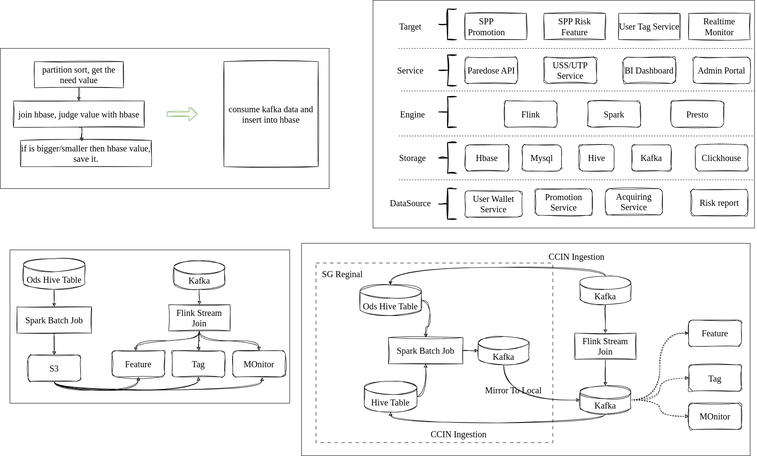
Before: 答辩准备1.drawio.svg, a diagram exported from draw.io (LadyTao/flink-learning). Source tidied: cells renumbered, new cells last; positions are measured from the earlier drawing's top-left corner, leaving out a move shared by most shapes.
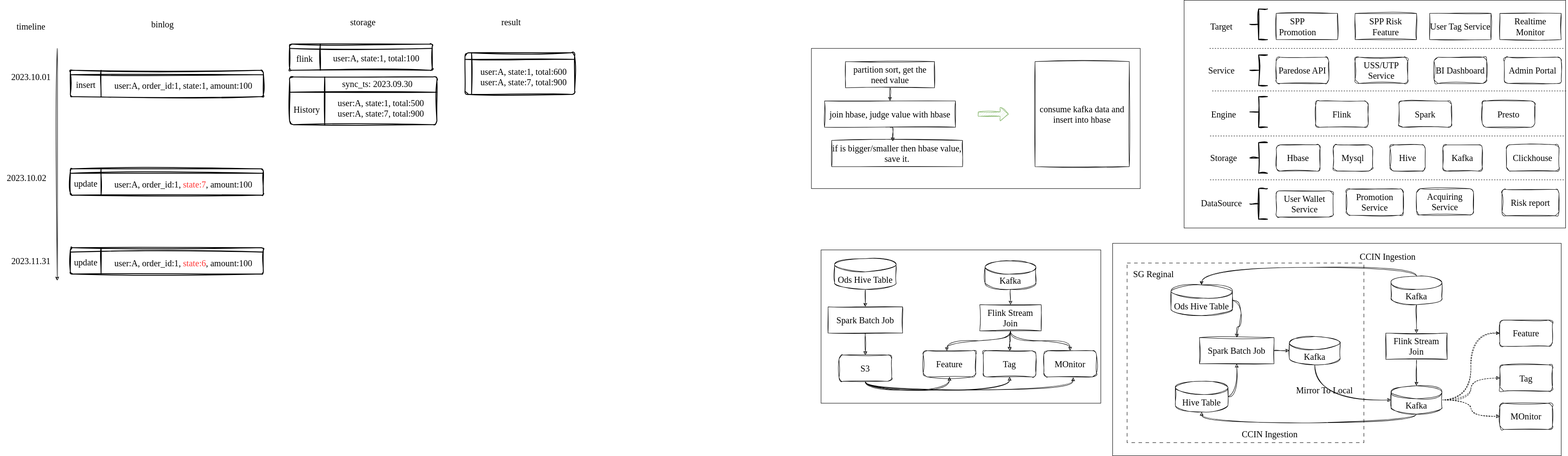
After the change.

Commit message:
更新答辩准备1.drawio.svg

Change to the diagram source:
```diff
@@ -299,5 +299,104 @@
         <mxPoint x="450" y="150" as="targetPoint" />
       </mxGeometry>
     </mxCell>
+    <mxCell id="96" style="group;" parent="1" vertex="1">
+      <mxGeometry x="-1690" y="160" width="460" height="60" as="geometry" />
+    </mxCell>
+    <mxCell id="97" style="shape=internalStorage;whiteSpace=wrap;html=1;dx=70;dy=10;rounded=1;arcSize=8;strokeWidth=2;sketch=1;hachureGap=4;jiggle=2;curveFitting=1;fontFamily=Architects Daughter;fontSource=https%3A%2F%2Ffonts.googleapis.com%2Fcss%3Ffamily%3DArchitects%2BDaughter;fontSize=20;" parent="96" vertex="1">
+      <mxGeometry width="440" height="60" as="geometry" />
+    </mxCell>
+    <mxCell id="98" value="&lt;font face=&quot;Tahoma&quot;&gt;insert&lt;/font&gt;" style="text;html=1;align=center;verticalAlign=middle;strokeColor=none;fillColor=none;fontSize=20;fontFamily=Architects Daughter;" parent="96" vertex="1">
+      <mxGeometry y="12.5" width="70" height="40" as="geometry" />
+    </mxCell>
+    <mxCell id="99" value="&lt;font face=&quot;Tahoma&quot;&gt;user:A, order_id:1, state:1, amount:100&amp;nbsp;&lt;/font&gt;" style="text;html=1;align=center;verticalAlign=middle;strokeColor=none;fillColor=none;fontSize=20;fontFamily=Architects Daughter;" parent="96" vertex="1">
+      <mxGeometry x="70" y="15" width="380" height="40" as="geometry" />
+    </mxCell>
+    <mxCell id="100" style="group;" parent="1" vertex="1">
+      <mxGeometry x="-1690" y="385" width="460" height="60" as="geometry" />
+    </mxCell>
+    <mxCell id="101" style="shape=internalStorage;whiteSpace=wrap;html=1;dx=70;dy=10;rounded=1;arcSize=8;strokeWidth=2;sketch=1;hachureGap=4;jiggle=2;curveFitting=1;fontFamily=Architects Daughter;fontSource=https%3A%2F%2Ffonts.googleapis.com%2Fcss%3Ffamily%3DArchitects%2BDaughter;fontSize=20;" parent="100" vertex="1">
+      <mxGeometry width="440" height="60" as="geometry" />
+    </mxCell>
+    <mxCell id="102" value="&lt;font face=&quot;Tahoma&quot;&gt;update&lt;/font&gt;" style="text;html=1;align=center;verticalAlign=middle;strokeColor=none;fillColor=none;fontSize=20;fontFamily=Architects Daughter;" parent="100" vertex="1">
+      <mxGeometry x="-5" y="12.5" width="80" height="40" as="geometry" />
+    </mxCell>
+    <mxCell id="103" value="&lt;font face=&quot;Tahoma&quot;&gt;user:A, order_id:1, &lt;font color=&quot;#ff3333&quot;&gt;state:7&lt;/font&gt;, amount:100&amp;nbsp;&lt;/font&gt;" style="text;html=1;align=center;verticalAlign=middle;strokeColor=none;fillColor=none;fontSize=20;fontFamily=Architects Daughter;" parent="100" vertex="1">
+      <mxGeometry x="70" y="15" width="380" height="40" as="geometry" />
+    </mxCell>
+    <mxCell id="104" style="group;" parent="1" vertex="1">
+      <mxGeometry x="-1690" y="565" width="460" height="60" as="geometry" />
+    </mxCell>
+    <mxCell id="105" style="shape=internalStorage;whiteSpace=wrap;html=1;dx=70;dy=10;rounded=1;arcSize=8;strokeWidth=2;sketch=1;hachureGap=4;jiggle=2;curveFitting=1;fontFamily=Architects Daughter;fontSource=https%3A%2F%2Ffonts.googleapis.com%2Fcss%3Ffamily%3DArchitects%2BDaughter;fontSize=20;" parent="104" vertex="1">
+      <mxGeometry width="440" height="60" as="geometry" />
+    </mxCell>
+    <mxCell id="106" value="&lt;font face=&quot;Tahoma&quot;&gt;update&lt;/font&gt;" style="text;html=1;align=center;verticalAlign=middle;strokeColor=none;fillColor=none;fontSize=20;fontFamily=Architects Daughter;" parent="104" vertex="1">
+      <mxGeometry x="-5" y="12.5" width="80" height="40" as="geometry" />
+    </mxCell>
+    <mxCell id="107" value="&lt;font face=&quot;Tahoma&quot;&gt;user:A, order_id:1, &lt;font color=&quot;#ff3333&quot;&gt;state:6&lt;/font&gt;, amount:100&amp;nbsp;&lt;/font&gt;" style="text;html=1;align=center;verticalAlign=middle;strokeColor=none;fillColor=none;fontSize=20;fontFamily=Architects Daughter;" parent="104" vertex="1">
+      <mxGeometry x="70" y="15" width="380" height="40" as="geometry" />
+    </mxCell>
+    <mxCell id="108" value="&lt;font face=&quot;Tahoma&quot;&gt;timeline&lt;/font&gt;" style="text;html=1;align=center;verticalAlign=middle;strokeColor=none;fillColor=none;fontSize=20;fontFamily=Architects Daughter;" parent="1" vertex="1">
+      <mxGeometry x="-1825" y="40" width="90" height="40" as="geometry" />
+    </mxCell>
+    <mxCell id="109" style="endArrow=classic;html=1;rounded=0;hachureGap=4;fontFamily=Architects Daughter;fontSource=https%3A%2F%2Ffonts.googleapis.com%2Fcss%3Ffamily%3DArchitects%2BDaughter;fontSize=16;sketch=1;curveFitting=1;jiggle=2;shadow=1;" parent="1" edge="1">
+      <mxGeometry relative="1" as="geometry">
+        <mxPoint x="-1720" y="110" as="sourcePoint" />
+        <mxPoint x="-1720" y="640" as="targetPoint" />
+      </mxGeometry>
+    </mxCell>
+    <mxCell id="110" value="&lt;font face=&quot;Tahoma&quot;&gt;2023.10.01&lt;/font&gt;" style="text;html=1;align=center;verticalAlign=middle;strokeColor=none;fillColor=none;fontSize=20;fontFamily=Architects Daughter;" parent="1" vertex="1">
+      <mxGeometry x="-1840" y="155" width="120" height="40" as="geometry" />
+    </mxCell>
+    <mxCell id="111" value="&lt;font face=&quot;Tahoma&quot;&gt;2023.10.02&lt;/font&gt;" style="text;html=1;align=center;verticalAlign=middle;strokeColor=none;fillColor=none;fontSize=20;fontFamily=Architects Daughter;" parent="1" vertex="1">
+      <mxGeometry x="-1850" y="385" width="120" height="40" as="geometry" />
+    </mxCell>
+    <mxCell id="112" value="&lt;font face=&quot;Tahoma&quot;&gt;2023.11.31&lt;/font&gt;" style="text;html=1;align=center;verticalAlign=middle;strokeColor=none;fillColor=none;fontSize=20;fontFamily=Architects Daughter;" parent="1" vertex="1">
+      <mxGeometry x="-1840" y="575" width="120" height="40" as="geometry" />
+    </mxCell>
+    <mxCell id="113" style="group;" parent="1" vertex="1">
+      <mxGeometry x="-1190" y="175" width="340" height="115" as="geometry" />
+    </mxCell>
+    <mxCell id="114" style="shape=internalStorage;whiteSpace=wrap;html=1;dx=80;dy=35;rounded=1;arcSize=8;strokeWidth=2;sketch=1;hachureGap=4;jiggle=2;curveFitting=1;fontFamily=Architects Daughter;fontSource=https%3A%2F%2Ffonts.googleapis.com%2Fcss%3Ffamily%3DArchitects%2BDaughter;fontSize=20;" parent="113" vertex="1">
+      <mxGeometry width="335.9" height="109.2" as="geometry" />
+    </mxCell>
+    <mxCell id="115" value="&lt;font face=&quot;Tahoma&quot;&gt;sync_ts: 2023.09.30&lt;/font&gt;" style="text;html=1;align=center;verticalAlign=middle;strokeColor=none;fillColor=none;fontSize=20;fontFamily=Architects Daughter;" parent="113" vertex="1">
+      <mxGeometry x="100.2" y="-4" width="200" height="40" as="geometry" />
+    </mxCell>
+    <mxCell id="116" value="&lt;font face=&quot;Tahoma&quot;&gt;History&lt;/font&gt;" style="text;html=1;align=center;verticalAlign=middle;strokeColor=none;fillColor=none;fontSize=20;fontFamily=Architects Daughter;" parent="113" vertex="1">
+      <mxGeometry x="-6" y="54" width="90" height="40" as="geometry" />
+    </mxCell>
+    <mxCell id="117" value="&lt;font face=&quot;Tahoma&quot;&gt;user:A, state:1, total:500&lt;br&gt;user:A, state:7, total:900&lt;br&gt;&lt;/font&gt;" style="text;html=1;align=center;verticalAlign=middle;strokeColor=none;fillColor=none;fontSize=20;fontFamily=Architects Daughter;" parent="113" vertex="1">
+      <mxGeometry x="83" y="36" width="250" height="70" as="geometry" />
+    </mxCell>
+    <mxCell id="118" style="group;" parent="1" vertex="1">
+      <mxGeometry x="-1190" y="100" width="340" height="60" as="geometry" />
+    </mxCell>
+    <mxCell id="119" style="shape=internalStorage;whiteSpace=wrap;html=1;dx=70;dy=10;rounded=1;arcSize=8;strokeWidth=2;sketch=1;hachureGap=4;jiggle=2;curveFitting=1;fontFamily=Architects Daughter;fontSource=https%3A%2F%2Ffonts.googleapis.com%2Fcss%3Ffamily%3DArchitects%2BDaughter;fontSize=20;" parent="118" vertex="1">
+      <mxGeometry width="325.2" height="60" as="geometry" />
+    </mxCell>
+    <mxCell id="120" value="&lt;font face=&quot;Tahoma&quot;&gt;flink&lt;/font&gt;" style="text;html=1;align=center;verticalAlign=middle;strokeColor=none;fillColor=none;fontSize=20;fontFamily=Architects Daughter;" parent="118" vertex="1">
+      <mxGeometry x="3.7" y="12.5" width="60" height="40" as="geometry" />
+    </mxCell>
+    <mxCell id="121" value="&lt;font face=&quot;Tahoma&quot;&gt;user:A, state:1, total:100&amp;nbsp;&lt;/font&gt;" style="text;html=1;align=center;verticalAlign=middle;strokeColor=none;fillColor=none;fontSize=20;fontFamily=Architects Daughter;" parent="118" vertex="1">
+      <mxGeometry x="75.2" y="12.5" width="250" height="40" as="geometry" />
+    </mxCell>
+    <mxCell id="122" value="&lt;font face=&quot;Tahoma&quot;&gt;storage&lt;/font&gt;" style="text;html=1;align=center;verticalAlign=middle;strokeColor=none;fillColor=none;fontSize=20;fontFamily=Architects Daughter;" parent="1" vertex="1">
+      <mxGeometry x="-1068" y="30" width="90" height="40" as="geometry" />
+    </mxCell>
+    <mxCell id="123" value="&lt;font face=&quot;Tahoma&quot;&gt;binlog&lt;/font&gt;" style="text;html=1;align=center;verticalAlign=middle;strokeColor=none;fillColor=none;fontSize=20;fontFamily=Architects Daughter;" parent="1" vertex="1">
+      <mxGeometry x="-1520" y="35" width="80" height="40" as="geometry" />
+    </mxCell>
+    <mxCell id="124" value="&lt;font face=&quot;Tahoma&quot;&gt;result&lt;/font&gt;" style="text;html=1;align=center;verticalAlign=middle;strokeColor=none;fillColor=none;fontSize=20;fontFamily=Architects Daughter;" parent="1" vertex="1">
+      <mxGeometry x="-720" y="30" width="70" height="40" as="geometry" />
+    </mxCell>
+    <mxCell id="125" style="group;" parent="1" vertex="1">
+      <mxGeometry x="-790" y="120" width="265" height="95" as="geometry" />
+    </mxCell>
+    <mxCell id="126" style="shape=internalStorage;whiteSpace=wrap;html=1;dx=15;dy=15;rounded=1;arcSize=8;strokeWidth=2;sketch=1;hachureGap=4;jiggle=2;curveFitting=1;fontFamily=Architects Daughter;fontSource=https%3A%2F%2Ffonts.googleapis.com%2Fcss%3Ffamily%3DArchitects%2BDaughter;fontSize=20;" parent="125" vertex="1">
+      <mxGeometry width="250" height="95" as="geometry" />
+    </mxCell>
+    <mxCell id="127" value="&lt;font face=&quot;Tahoma&quot;&gt;&amp;nbsp;user:A, state:1, total:600&lt;br&gt;&amp;nbsp;user:A, state:7, total:900&lt;br&gt;&lt;/font&gt;" style="text;html=1;align=center;verticalAlign=middle;strokeColor=none;fillColor=none;fontSize=20;fontFamily=Architects Daughter;" parent="125" vertex="1">
+      <mxGeometry x="6" y="20" width="250" height="70" as="geometry" />
+    </mxCell>
   </root>
 </mxGraphModel>
```
